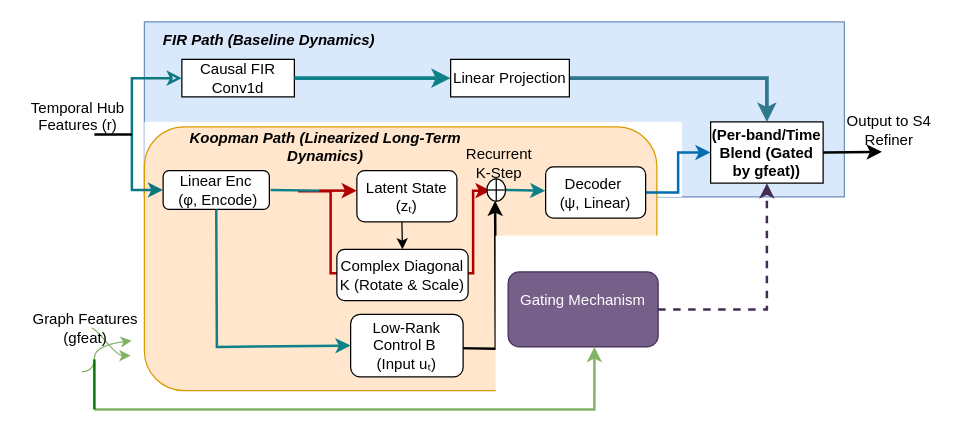
Above: src/Kopame.drawio in drchk/Timeseries_fuction (draw.io), before the change. Source tidied: cells renumbered, new cells numbered last; positions are measured from the earlier drawing's top-left corner, leaving out a move shared by most shapes. Both pictures are drawn from the tidied source at 125%, with x=0, y=0 at pixel (21, 21).
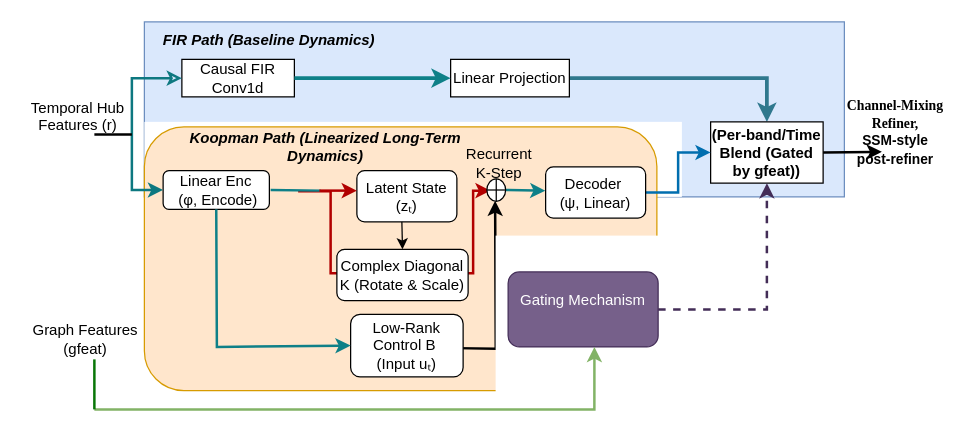
The same diagram, later.

Change to the diagram source:
```diff
@@
-    <mxCell id="28" style="curved=1;endArrow=classic;html=1;rounded=0;elbow=vertical;fillColor=#d5e8d4;gradientColor=#97d077;strokeColor=#82b366;" parent="1" edge="1">
-      <mxGeometry relative="1" as="geometry">
-        <mxPoint x="48" y="280" as="sourcePoint" />
-        <mxPoint x="88" y="255" as="targetPoint" />
-        <Array as="points">
-          <mxPoint x="58" y="279" />
-          <mxPoint x="58" y="259" />
-        </Array>
-      </mxGeometry>
-    </mxCell>
-    <mxCell id="29" style="curved=1;endArrow=classic;html=1;rounded=0;elbow=vertical;fillColor=#d5e8d4;gradientColor=#97d077;strokeColor=#82b366;" parent="1" edge="1">
-      <mxGeometry relative="1" as="geometry">
-        <mxPoint x="56" y="245" as="sourcePoint" />
-        <mxPoint x="87" y="267" as="targetPoint" />
-        <Array as="points">
-          <mxPoint x="58" y="245" />
-          <mxPoint x="77" y="267" />
-        </Array>
-      </mxGeometry>
-    </mxCell>
     <mxCell id="30" value="Graph Features (gfeat)" style="text;html=1;whiteSpace=wrap;strokeColor=none;fillColor=none;align=center;verticalAlign=middle;rounded=0;" parent="1" vertex="1">
-      <mxGeometry x="3" y="230" width="96" height="30" as="geometry" />
+      <mxGeometry x="3" y="239" width="96" height="30" as="geometry" />
     </mxCell>
@@
-    <mxCell id="36" value="Output to S4 Refiner" style="text;html=1;whiteSpace=wrap;strokeColor=none;fillColor=none;align=center;verticalAlign=middle;rounded=0;" parent="1" vertex="1">
-      <mxGeometry x="654" y="72" width="80" height="30" as="geometry" />
+    <mxCell id="36" value="&lt;font face=&quot;Times New Roman&quot; style=&quot;font-size: 11px;&quot;&gt;&lt;b style=&quot;&quot;&gt;Channel-Mixing Refiner,&lt;/b&gt;&lt;/font&gt;&lt;div&gt;&lt;font style=&quot;font-size: 11px;&quot;&gt;&lt;b&gt;&lt;span style=&quot;text-align: left;&quot;&gt;SSM-style post-refiner&lt;/span&gt;&lt;br&gt;&lt;/b&gt;&lt;/font&gt;&lt;div&gt;&lt;br&gt;&lt;/div&gt;&lt;/div&gt;" style="text;html=1;whiteSpace=wrap;strokeColor=none;fillColor=none;align=center;verticalAlign=middle;rounded=0;" parent="1" vertex="1">
+      <mxGeometry x="659" y="80" width="80" height="30" as="geometry" />
     </mxCell>
```
